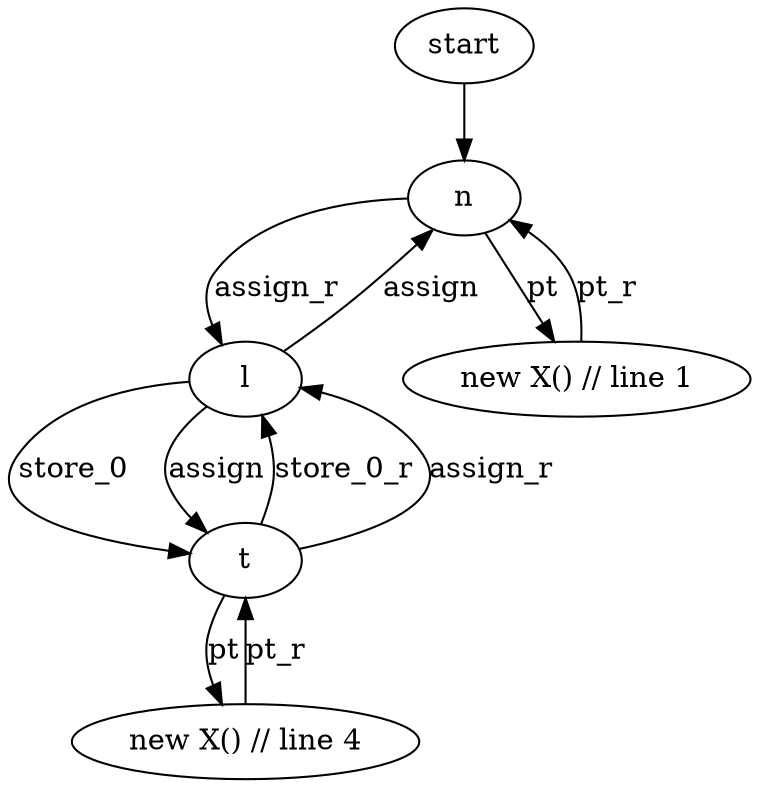
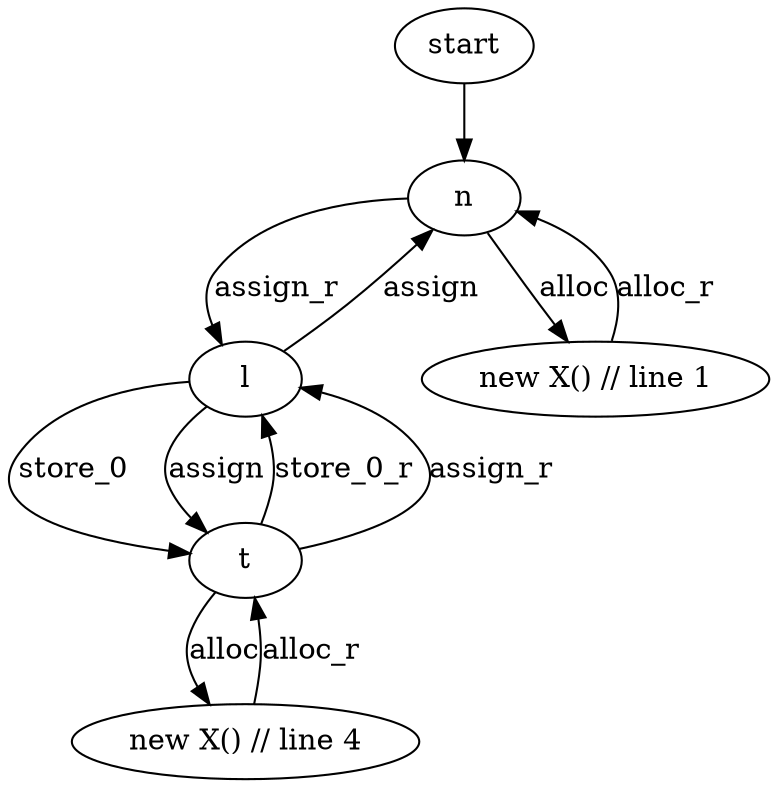
digraph {
    start -> 0;
    1 -> 0 [label = "assign"];
    0 -> 1 [label = "assign_r"];
    1 -> 2 [label = "store_0"];
    2 -> 1 [label = "store_0_r"];
    1 -> 2 [label = "assign"];
    2 -> 1 [label = "assign_r"];
-     2 -> 3 [label = "pt"];
-     3 -> 2 [label = "pt_r"];
-     0 -> 4 [label = "pt"];
-     4 -> 0 [label = "pt_r"];
+     2 -> 3 [label = "alloc"];
+     3 -> 2 [label = "alloc_r"];
+     0 -> 4 [label = "alloc"];
+     4 -> 0 [label = "alloc_r"];


    0[label = "n"]
    1[label = "l"]
    2[label = "t" ]
    3[label = "new X() // line 4"]
    4[label = "new X() // line 1"]
}
